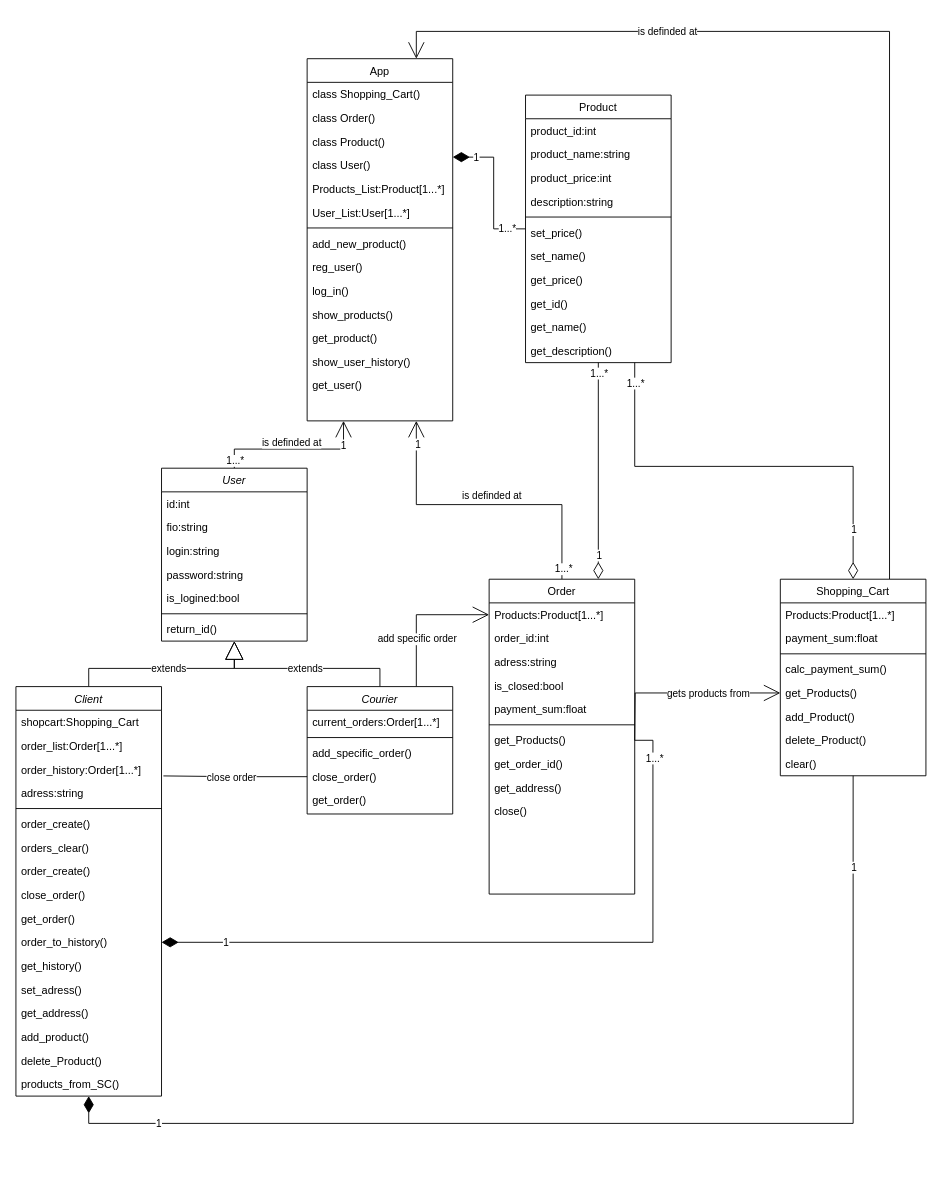
Before: class_diagram_delivery_service.drawio in MstislavRomanovski/ProgramIngeneering, a draw.io diagram. Source tidied: cells renumbered, new cells numbered last; positions are measured from the earlier drawing's top-left corner, leaving out a move shared by most shapes. Both pictures are drawn from the tidied source at 91%, with x=0, y=0 at pixel (15, 58).
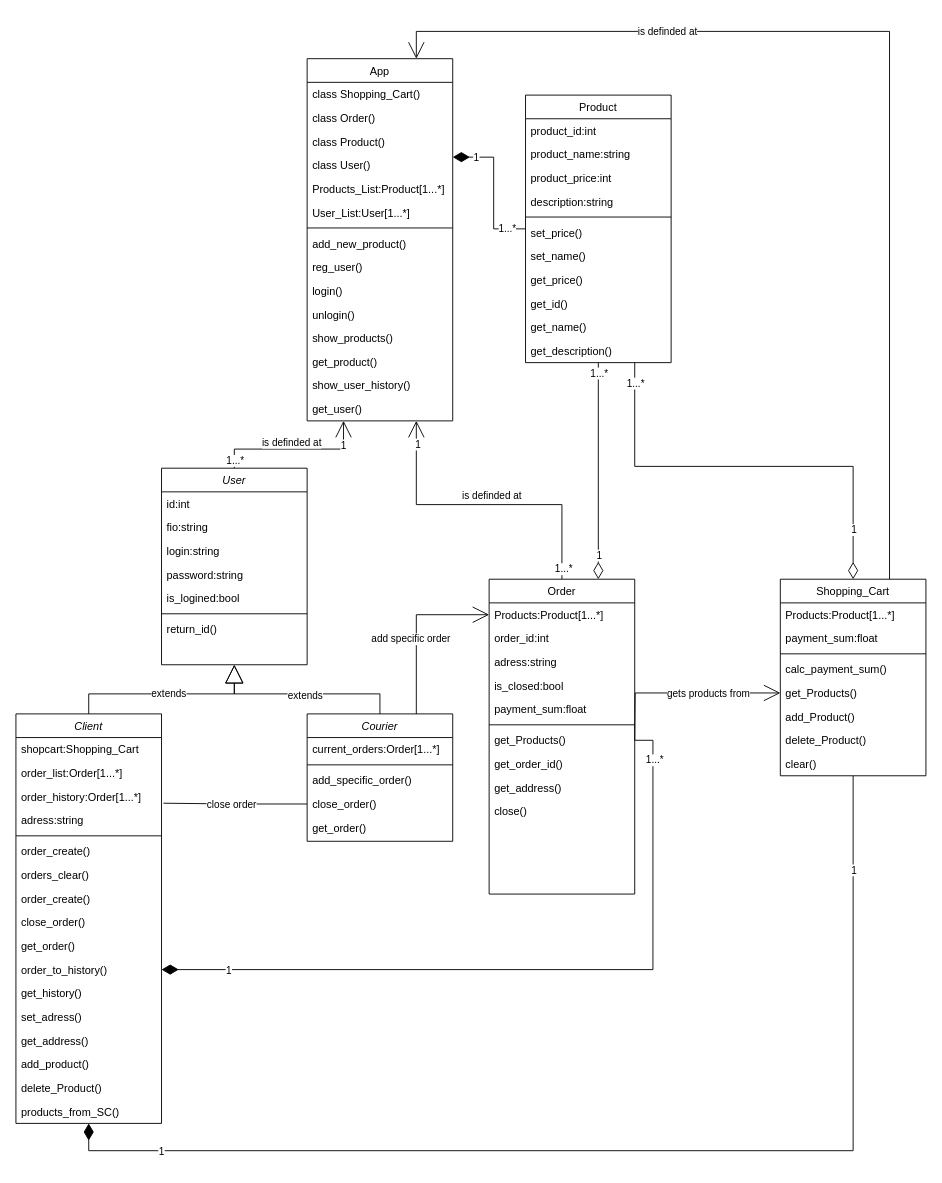
The same diagram, later.

The change refers to these unchanged cells:
```xml
<mxCell id="13" value="App" style="swimlane;fontStyle=0;align=center;verticalAlign=top;horizontal=1;startSize=26;rounded=0;shadow=0;strokeWidth=1;" parent="1" vertex="1">
  <mxGeometry x="320" width="160" height="398" as="geometry" />
</mxCell>
```

The edit, as a diff of the source:
```diff
@@
     <mxCell id="5" value="User" style="swimlane;fontStyle=2;align=center;verticalAlign=top;horizontal=1;startSize=26;rounded=0;shadow=0;strokeWidth=1;" parent="1" vertex="1">
-      <mxGeometry x="160" y="450" width="160" height="190" as="geometry" />
+      <mxGeometry x="160" y="450" width="160" height="216" as="geometry" />
     </mxCell>
@@
-    <mxCell id="23" value="log_in()" style="text;align=left;verticalAlign=top;spacingLeft=4;spacingRight=4;overflow=hidden;" parent="13" vertex="1">
+    <mxCell id="23" value="login()" style="text;align=left;verticalAlign=top;spacingLeft=4;spacingRight=4;overflow=hidden;" parent="13" vertex="1">
       <mxGeometry y="242" width="160" height="26" as="geometry" />
     </mxCell>
+    <mxCell id="116" value="unlogin()" style="text;align=left;verticalAlign=top;spacingLeft=4;spacingRight=4;overflow=hidden;" parent="13" vertex="1">
+      <mxGeometry y="268" width="160" height="26" as="geometry" />
+    </mxCell>
     <mxCell id="24" value="show_products()" style="text;align=left;verticalAlign=top;spacingLeft=4;spacingRight=4;overflow=hidden;" parent="13" vertex="1">
-      <mxGeometry y="268" width="160" height="26" as="geometry" />
+      <mxGeometry y="294" width="160" height="26" as="geometry" />
     </mxCell>
     <mxCell id="25" value="get_product()" style="text;align=left;verticalAlign=top;spacingLeft=4;spacingRight=4;overflow=hidden;" parent="13" vertex="1">
-      <mxGeometry y="294" width="160" height="26" as="geometry" />
+      <mxGeometry y="320" width="160" height="26" as="geometry" />
     </mxCell>
     <mxCell id="26" value="show_user_history()" style="text;align=left;verticalAlign=top;spacingLeft=4;spacingRight=4;overflow=hidden;" parent="13" vertex="1">
-      <mxGeometry y="320" width="160" height="26" as="geometry" />
+      <mxGeometry y="346" width="160" height="26" as="geometry" />
     </mxCell>
     <mxCell id="27" value="get_user()" style="text;align=left;verticalAlign=top;spacingLeft=4;spacingRight=4;overflow=hidden;" parent="13" vertex="1">
-      <mxGeometry y="346" width="160" height="26" as="geometry" />
+      <mxGeometry y="372" width="160" height="26" as="geometry" />
     </mxCell>
@@
     <mxCell id="30" value="Client" style="swimlane;fontStyle=2;align=center;verticalAlign=top;horizontal=1;startSize=26;rounded=0;shadow=0;strokeWidth=1;" parent="1" vertex="1">
-      <mxGeometry y="690" width="160" height="450" as="geometry" />
+      <mxGeometry y="720" width="160" height="450" as="geometry" />
     </mxCell>
@@
     <mxCell id="51" value="Courier" style="swimlane;fontStyle=2;align=center;verticalAlign=top;horizontal=1;startSize=26;rounded=0;shadow=0;strokeWidth=1;" parent="1" vertex="1">
-      <mxGeometry x="320" y="690" width="160" height="140" as="geometry" />
+      <mxGeometry x="320" y="720" width="160" height="140" as="geometry" />
     </mxCell>
@@
     <mxCell id="100" value="extends" style="edgeLabel;html=1;align=center;verticalAlign=middle;" parent="1" vertex="1">
-      <mxGeometry x="172.1" y="680" as="geometry">
+      <mxGeometry x="172.1" y="710" as="geometry">
         <mxPoint x="145" y="-11" as="offset" />
       </mxGeometry>
     </mxCell>
```
